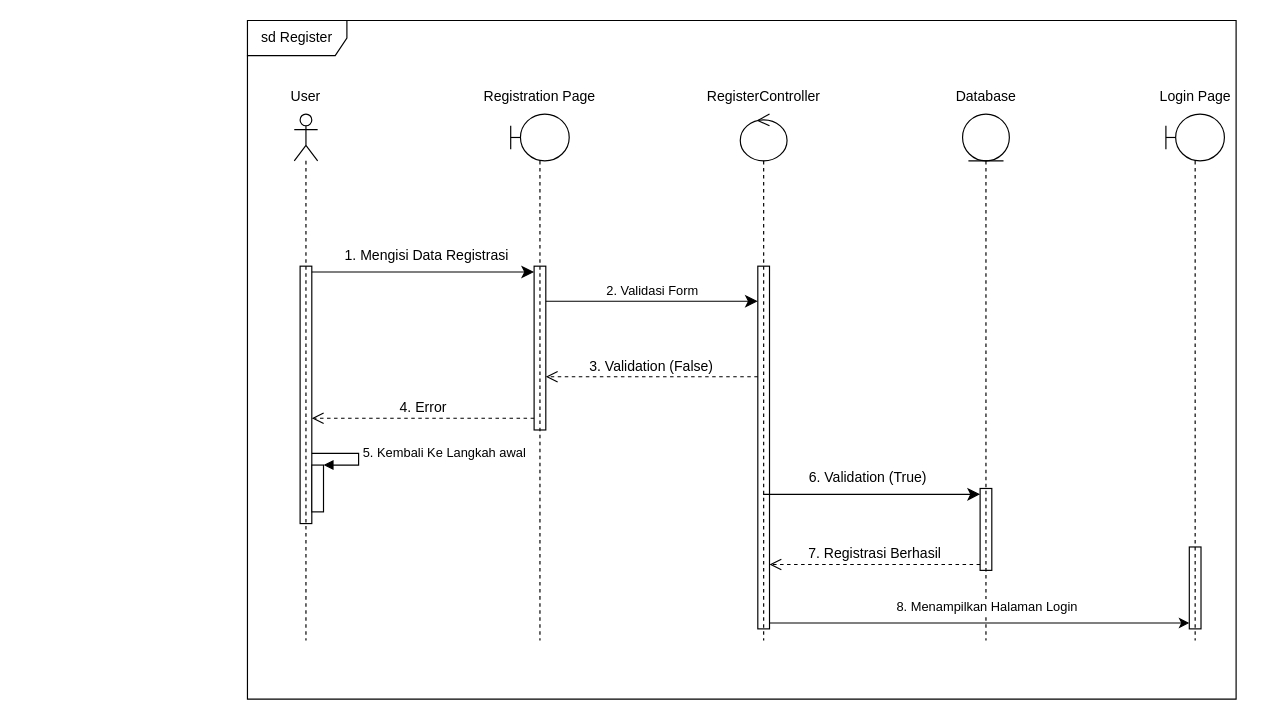
The draw.io diagram page "Page-1" (1 of 4) of sed.drawio in AldoGunawan/kp-tapung, before the edit. Source tidied: cells renumbered, new cells numbered last; positions are measured from the earlier drawing's top-left corner, leaving out a move shared by most shapes. Both pictures are drawn from the tidied source at 117%, with x=0, y=0 at pixel (247, 20).
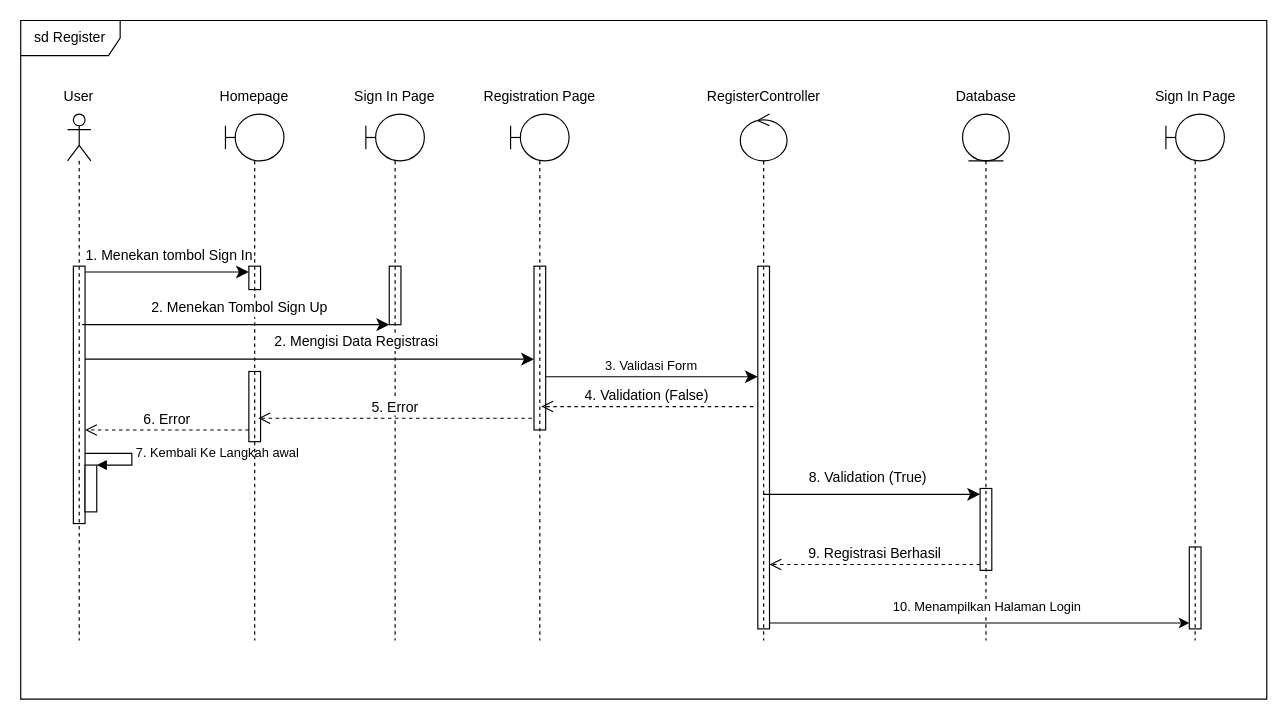
The same page after the edit.

Unchanged cells that the change refers to:
```xml
<mxCell id="8" style="html=1;points=[[0,0,0,0,5],[0,1,0,0,-5],[1,0,0,0,5],[1,1,0,0,-5]];perimeter=orthogonalPerimeter;outlineConnect=0;targetShapes=umlLifeline;portConstraint=eastwest;newEdgeStyle={&quot;curved&quot;:0,&quot;rounded&quot;:0};fillColor=none;" parent="7" vertex="1">
  <mxGeometry x="20" y="130" width="10" height="140" as="geometry" />
</mxCell>
<mxCell id="14" style="edgeStyle=none;curved=0;rounded=0;jettySize=auto;html=1;fontSize=12;startSize=8;endSize=8;entryX=0;entryY=0;entryDx=0;entryDy=5;entryPerimeter=0;fontColor=light-dark(#000000,#000000);labelBackgroundColor=light-dark(#FFFFFF,#FFFFFF);strokeColor=light-dark(#000000,#000000);" parent="1" edge="1" source="20" target="23">
  <mxGeometry relative="1" as="geometry" />
</mxCell>
<mxCell id="21" style="html=1;points=[[0,0,0,0,5],[0,1,0,0,-5],[1,0,0,0,5],[1,1,0,0,-5]];perimeter=orthogonalPerimeter;outlineConnect=0;targetShapes=umlLifeline;portConstraint=eastwest;newEdgeStyle={&quot;curved&quot;:0,&quot;rounded&quot;:0};strokeColor=light-dark(#000000,#000000);fillColor=none;" parent="20" vertex="1">
  <mxGeometry x="15" y="130" width="10" height="310" as="geometry" />
</mxCell>
<mxCell id="23" style="html=1;points=[[0,0,0,0,5],[0,1,0,0,-5],[1,0,0,0,5],[1,1,0,0,-5]];perimeter=orthogonalPerimeter;outlineConnect=0;targetShapes=umlLifeline;portConstraint=eastwest;newEdgeStyle={&quot;curved&quot;:0,&quot;rounded&quot;:0};strokeColor=light-dark(#000000,#000000);fillColor=none;" parent="22" vertex="1">
  <mxGeometry x="15" y="320" width="10" height="70" as="geometry" />
</mxCell>
<mxCell id="28" style="edgeStyle=orthogonalEdgeStyle;rounded=0;jettySize=auto;html=1;curved=0;exitX=1;exitY=1;exitDx=0;exitDy=-5;exitPerimeter=0;entryX=0;entryY=1;entryDx=0;entryDy=-5;entryPerimeter=0;strokeColor=light-dark(#000000,#000000);" parent="1" edge="1" source="21" target="26">
  <mxGeometry relative="1" as="geometry" />
</mxCell>
```

What changed in the source:
```diff
@@
+    <mxCell id="31" style="shape=umlLifeline;perimeter=lifelinePerimeter;whiteSpace=wrap;html=1;newEdgeStyle={&quot;curved&quot;:0,&quot;rounded&quot;:0};participant=umlBoundary;strokeColor=light-dark(#000000,#000000);fillColor=none;" parent="1" vertex="1">
+      <mxGeometry x="101.2" y="80" width="50" height="450" as="geometry" />
+    </mxCell>
+    <mxCell id="32" style="html=1;points=[[0,0,0,0,5],[0,1,0,0,-5],[1,0,0,0,5],[1,1,0,0,-5]];perimeter=orthogonalPerimeter;outlineConnect=0;targetShapes=umlLifeline;portConstraint=eastwest;newEdgeStyle={&quot;curved&quot;:0,&quot;rounded&quot;:0};fillColor=none;" parent="31" vertex="1">
+      <mxGeometry x="20" y="130" width="10" height="50" as="geometry" />
+    </mxCell>
     <mxCell id="2" style="shape=umlLifeline;perimeter=lifelinePerimeter;whiteSpace=wrap;html=1;newEdgeStyle={&quot;curved&quot;:0,&quot;rounded&quot;:0};participant=umlActor;strokeColor=light-dark(#000000,#000000);fillColor=none;" parent="1" vertex="1">
-      <mxGeometry x="40" y="80" width="20" height="450" as="geometry" />
+      <mxGeometry x="-153.8" y="80" width="20" height="450" as="geometry" />
     </mxCell>
     <mxCell id="3" value="sd Register" style="shape=umlFrame;whiteSpace=wrap;html=1;width=85;height=30;strokeColor=light-dark(#000000,#000000);fontColor=light-dark(#000000,#FFFFFF);" parent="1" vertex="1">
-      <mxGeometry width="845" height="580" as="geometry" />
+      <mxGeometry x="-193.8" width="1065" height="580" as="geometry" />
     </mxCell>
-    <mxCell id="4" style="edgeStyle=none;curved=0;rounded=0;jettySize=auto;html=1;exitX=1;exitY=0;exitDx=0;exitDy=5;exitPerimeter=0;fontSize=12;startSize=8;endSize=8;fontColor=light-dark(#000000,#000000);strokeColor=light-dark(#000000,#000000);" parent="1" edge="1" source="6" target="8">
-      <mxGeometry relative="1" as="geometry" />
+    <mxCell id="4" style="edgeStyle=none;curved=0;rounded=0;orthogonalLoop=1;jettySize=auto;html=1;fontSize=12;startSize=8;endSize=8;fontColor=light-dark(#000000,#000000);strokeColor=light-dark(#000000,#000000);" parent="1" edge="1">
+      <mxGeometry relative="1" as="geometry">
+        <mxPoint x="-138.8" y="289.5" as="sourcePoint" />
+        <mxPoint x="244.9" y="289.5" as="targetPoint" />
+      </mxGeometry>
     </mxCell>
-    <mxCell id="5" value="1. Mengisi Data Registrasi" style="edgeLabel;html=1;align=center;verticalAlign=middle;fontSize=12;fontColor=light-dark(#000000,#000000);labelBackgroundColor=light-dark(#FFFFFF,#FFFFFF);" parent="4" vertex="1">
+    <mxCell id="5" value="2. Mengisi Data Registrasi" style="edgeLabel;html=1;align=center;verticalAlign=middle;fontSize=12;fontColor=light-dark(#000000,#000000);labelBackgroundColor=light-dark(#FFFFFF,#FFFFFF);" parent="4" vertex="1">
       <mxGeometry x="0.02" y="-2" relative="1" as="geometry">
-        <mxPoint y="-17" as="offset" />
+        <mxPoint x="35" y="-17" as="offset" />
       </mxGeometry>
     </mxCell>
     <mxCell id="6" style="html=1;points=[[0,0,0,0,5],[0,1,0,0,-5],[1,0,0,0,5],[1,1,0,0,-5]];perimeter=orthogonalPerimeter;outlineConnect=0;targetShapes=umlLifeline;portConstraint=eastwest;newEdgeStyle={&quot;curved&quot;:0,&quot;rounded&quot;:0};strokeColor=light-dark(#000000,#000000);fillColor=none;" parent="1" vertex="1">
-      <mxGeometry x="45" y="210" width="10" height="220" as="geometry" />
+      <mxGeometry x="-148.8" y="210" width="10" height="220" as="geometry" />
     </mxCell>
     <mxCell id="7" style="shape=umlLifeline;perimeter=lifelinePerimeter;whiteSpace=wrap;html=1;newEdgeStyle={&quot;curved&quot;:0,&quot;rounded&quot;:0};participant=umlBoundary;strokeColor=light-dark(#000000,#000000);fillColor=none;" parent="1" vertex="1">
-      <mxGeometry x="225" y="80" width="50" height="450" as="geometry" />
+      <mxGeometry x="224.9" y="80" width="50" height="450" as="geometry" />
     </mxCell>
@@
     <mxCell id="10" value="RegisterController" style="text;html=1;align=center;verticalAlign=middle;whiteSpace=wrap;rounded=0;fontColor=light-dark(#000000,#000000);" parent="1" vertex="1">
-      <mxGeometry x="395" y="50" width="92.5" height="30" as="geometry" />
+      <mxGeometry x="394.9" y="50" width="92.5" height="30" as="geometry" />
     </mxCell>
-    <mxCell id="11" style="edgeStyle=none;curved=0;rounded=0;jettySize=auto;html=1;fontSize=12;startSize=8;endSize=8;strokeColor=light-dark(#000000,#000000);fontColor=light-dark(#000000,#000000);labelBackgroundColor=light-dark(#FFFFFF,#FFFFFF);" parent="1" edge="1" target="21">
+    <mxCell id="11" style="edgeStyle=none;curved=0;rounded=0;orthogonalLoop=1;jettySize=auto;html=1;fontSize=12;startSize=8;endSize=8;strokeColor=light-dark(#000000,#000000);fontColor=light-dark(#000000,#000000);labelBackgroundColor=light-dark(#FFFFFF,#FFFFFF);" parent="1" edge="1">
       <mxGeometry relative="1" as="geometry">
-        <mxPoint x="255" y="240" as="sourcePoint" />
+        <mxPoint x="254.9" y="304.5" as="sourcePoint" />
+        <mxPoint x="436.2" y="304.5" as="targetPoint" />
       </mxGeometry>
     </mxCell>
-    <mxCell id="12" value="2. Validasi Form" style="edgeLabel;html=1;align=center;verticalAlign=middle;fontColor=light-dark(#000000,#000000);labelBackgroundColor=light-dark(#FFFFFF,#FFFFFF);" parent="11" vertex="1">
+    <mxCell id="12" value="3. Validasi Form" style="edgeLabel;html=1;align=center;verticalAlign=middle;fontColor=light-dark(#000000,#000000);labelBackgroundColor=light-dark(#FFFFFF,#FFFFFF);" parent="11" vertex="1">
       <mxGeometry x="-0.08" y="1" relative="1" as="geometry">
         <mxPoint x="7" y="-9" as="offset" />
       </mxGeometry>
     </mxCell>
-    <mxCell id="13" value="3. Validation (False)" style="html=1;verticalAlign=bottom;endArrow=open;dashed=1;endSize=8;curved=0;rounded=0;fontSize=12;fontColor=light-dark(#000000,#000000);labelBackgroundColor=light-dark(#FFFFFF,#FFFFFF);strokeColor=light-dark(#000000,#000000);" parent="1" edge="1">
+    <mxCell id="13" value="4. Validation (False)" style="html=1;verticalAlign=bottom;endArrow=open;dashed=1;endSize=8;curved=0;rounded=0;fontSize=12;fontColor=light-dark(#000000,#000000);labelBackgroundColor=light-dark(#FFFFFF,#FFFFFF);strokeColor=light-dark(#000000,#000000);" parent="1" edge="1">
       <mxGeometry relative="1" as="geometry">
-        <mxPoint x="436.2" y="304.5" as="sourcePoint" />
-        <mxPoint x="255" y="304.5" as="targetPoint" />
+        <mxPoint x="432.4" y="330" as="sourcePoint" />
+        <mxPoint x="251.2" y="330" as="targetPoint" />
       </mxGeometry>
     </mxCell>
@@
-    <mxCell id="15" value="6. Validation (True)" style="edgeLabel;html=1;align=center;verticalAlign=middle;fontSize=12;labelBackgroundColor=light-dark(#FFFFFF,#FFFFFF);fontColor=light-dark(#000000,#000000);" parent="14" vertex="1">
+    <mxCell id="15" value="8. Validation (True)" style="edgeLabel;html=1;align=center;verticalAlign=middle;fontSize=12;labelBackgroundColor=light-dark(#FFFFFF,#FFFFFF);fontColor=light-dark(#000000,#000000);" parent="14" vertex="1">
       <mxGeometry x="-0.1" y="-1" relative="1" as="geometry">
         <mxPoint x="6" y="-16" as="offset" />
       </mxGeometry>
     </mxCell>
-    <mxCell id="16" value="7. Registrasi Berhasil" style="html=1;verticalAlign=bottom;endArrow=open;dashed=1;endSize=8;curved=0;rounded=0;fontSize=12;exitX=0;exitY=1;exitDx=0;exitDy=-5;exitPerimeter=0;strokeColor=light-dark(#000000,#000000);fontColor=light-dark(#000000,#000000);labelBackgroundColor=light-dark(#FFFFFF,#FFFFFF);" parent="1" edge="1" source="23" target="21">
+    <mxCell id="16" value="9. Registrasi Berhasil" style="html=1;verticalAlign=bottom;endArrow=open;dashed=1;endSize=8;curved=0;rounded=0;fontSize=12;exitX=0;exitY=1;exitDx=0;exitDy=-5;exitPerimeter=0;strokeColor=light-dark(#000000,#000000);fontColor=light-dark(#000000,#000000);labelBackgroundColor=light-dark(#FFFFFF,#FFFFFF);" parent="1" edge="1" source="23" target="21">
       <mxGeometry relative="1" as="geometry" />
     </mxCell>
-    <mxCell id="17" value="4. Error" style="html=1;verticalAlign=bottom;endArrow=open;dashed=1;endSize=8;curved=0;rounded=0;fontSize=12;strokeColor=light-dark(#000000,#000000);fontColor=light-dark(#000000,#000000);labelBackgroundColor=light-dark(#FFFFFF,#FFFFFF);" parent="1" edge="1">
+    <mxCell id="17" value="6. Error" style="html=1;verticalAlign=bottom;endArrow=open;dashed=1;endSize=8;curved=0;rounded=0;fontSize=12;strokeColor=light-dark(#000000,#000000);fontColor=light-dark(#000000,#000000);labelBackgroundColor=light-dark(#FFFFFF,#FFFFFF);" parent="1" edge="1">
       <mxGeometry relative="1" as="geometry">
-        <mxPoint x="245" y="340" as="sourcePoint" />
-        <mxPoint x="55" y="340" as="targetPoint" />
+        <mxPoint x="1.2" y="350" as="sourcePoint" />
+        <mxPoint x="-138.8" y="350" as="targetPoint" />
       </mxGeometry>
     </mxCell>
     <mxCell id="18" style="html=1;perimeter=orthogonalPerimeter;targetShapes=umlLifeline;newEdgeStyle={&quot;curved&quot;:0,&quot;rounded&quot;:0};strokeColor=light-dark(#000000,#000000);" parent="1" vertex="1">
-      <mxGeometry x="55" y="380" width="10" height="40" as="geometry" />
+      <mxGeometry x="-138.8" y="380" width="10" height="40" as="geometry" />
     </mxCell>
-    <mxCell id="19" value="5. Kembali Ke Langkah awal" style="html=1;align=left;spacingLeft=2;endArrow=block;rounded=0;edgeStyle=orthogonalEdgeStyle;curved=0;rounded=0;fontColor=light-dark(#000000,#000000);labelBackgroundColor=light-dark(#FFFFFF,#FFFFFF);strokeColor=light-dark(#000000,#000000);" parent="1" edge="1">
+    <mxCell id="19" value="7. Kembali Ke Langkah awal" style="html=1;align=left;spacingLeft=2;endArrow=block;rounded=0;edgeStyle=orthogonalEdgeStyle;curved=0;rounded=0;fontColor=light-dark(#000000,#000000);labelBackgroundColor=light-dark(#FFFFFF,#FFFFFF);strokeColor=light-dark(#000000,#000000);" parent="1" edge="1">
       <mxGeometry relative="1" as="geometry">
-        <mxPoint x="55" y="370" as="sourcePoint" />
-        <mxPoint x="65" y="380" as="targetPoint" />
+        <mxPoint x="-138.8" y="370" as="sourcePoint" />
+        <mxPoint x="-128.8" y="380" as="targetPoint" />
         <Array as="points">
-          <mxPoint x="95" y="370" />
-          <mxPoint x="95" y="380" />
+          <mxPoint x="-98.8" y="370" />
+          <mxPoint x="-98.8" y="380" />
         </Array>
       </mxGeometry>
     </mxCell>
@@
-    <mxCell id="27" value="Login Page" style="text;html=1;align=center;verticalAlign=middle;whiteSpace=wrap;rounded=0;fontColor=light-dark(#000000,#000000);" parent="1" vertex="1">
-      <mxGeometry x="763.8" y="50" width="92.5" height="30" as="geometry" />
+    <mxCell id="27" value="Sign In Page" style="text;html=1;align=center;verticalAlign=middle;whiteSpace=wrap;rounded=0;fontColor=light-dark(#000000,#000000);" parent="1" vertex="1">
+      <mxGeometry x="763.7" y="50" width="92.5" height="30" as="geometry" />
     </mxCell>
@@
-    <mxCell id="29" value="8. Menampilkan Halaman Login" style="edgeLabel;html=1;align=center;verticalAlign=middle;labelBackgroundColor=light-dark(#FFFFFF,#FFFFFF);fontColor=light-dark(#000000,#000000);" parent="28" vertex="1">
+    <mxCell id="29" value="10. Menampilkan Halaman Login" style="edgeLabel;html=1;align=center;verticalAlign=middle;labelBackgroundColor=light-dark(#FFFFFF,#FFFFFF);fontColor=light-dark(#000000,#000000);" parent="28" vertex="1">
       <mxGeometry x="0.01" y="1" relative="1" as="geometry">
         <mxPoint x="4" y="-14" as="offset" />
       </mxGeometry>
     </mxCell>
     <mxCell id="30" value="User" style="text;html=1;align=center;verticalAlign=middle;whiteSpace=wrap;rounded=0;fontColor=light-dark(#000000,#000000);" parent="1" vertex="1">
-      <mxGeometry x="1.2" y="50" width="97.5" height="30" as="geometry" />
+      <mxGeometry x="-192.6" y="50" width="97.5" height="30" as="geometry" />
     </mxCell>
+    <mxCell id="33" style="shape=umlLifeline;perimeter=lifelinePerimeter;whiteSpace=wrap;html=1;newEdgeStyle={&quot;curved&quot;:0,&quot;rounded&quot;:0};participant=umlBoundary;strokeColor=light-dark(#000000,#000000);fillColor=none;" parent="1" vertex="1">
+      <mxGeometry x="-18.8" y="80" width="50" height="450" as="geometry" />
+    </mxCell>
+    <mxCell id="34" style="html=1;perimeter=orthogonalPerimeter;targetShapes=umlLifeline;newEdgeStyle={&quot;curved&quot;:0,&quot;rounded&quot;:0};fillColor=none;" parent="33" vertex="1">
+      <mxGeometry x="20" y="220" width="10" height="60" as="geometry" />
+    </mxCell>
+    <mxCell id="35" style="html=1;points=[[0,0,0,0,5],[0,1,0,0,-5],[1,0,0,0,5],[1,1,0,0,-5]];perimeter=orthogonalPerimeter;outlineConnect=0;targetShapes=umlLifeline;portConstraint=eastwest;newEdgeStyle={&quot;curved&quot;:0,&quot;rounded&quot;:0};fillColor=none;" parent="33" vertex="1">
+      <mxGeometry x="20" y="130" width="10" height="20" as="geometry" />
+    </mxCell>
+    <mxCell id="36" value="5. Error" style="html=1;verticalAlign=bottom;endArrow=open;dashed=1;endSize=8;curved=0;rounded=0;fontSize=12;strokeColor=light-dark(#000000,#000000);fontColor=light-dark(#000000,#000000);labelBackgroundColor=light-dark(#FFFFFF,#FFFFFF);" parent="1" edge="1">
+      <mxGeometry relative="1" as="geometry">
+        <mxPoint x="243.1" y="340" as="sourcePoint" />
+        <mxPoint x="9.3" y="340" as="targetPoint" />
+      </mxGeometry>
+    </mxCell>
+    <mxCell id="37" style="edgeStyle=none;curved=0;rounded=0;jettySize=auto;html=1;fontSize=12;startSize=8;endSize=8;fontColor=light-dark(#000000,#000000);strokeColor=light-dark(#000000,#000000);exitX=1;exitY=0;exitDx=0;exitDy=5;exitPerimeter=0;entryX=0;entryY=0;entryDx=0;entryDy=5;entryPerimeter=0;" parent="1" edge="1" source="6" target="35">
+      <mxGeometry relative="1" as="geometry" />
+    </mxCell>
+    <mxCell id="38" value="1. Menekan tombol Sign In" style="edgeLabel;html=1;align=center;verticalAlign=middle;fontSize=12;fontColor=light-dark(#000000,#000000);labelBackgroundColor=light-dark(#FFFFFF,#FFFFFF);" parent="37" vertex="1">
+      <mxGeometry x="0.02" y="-2" relative="1" as="geometry">
+        <mxPoint y="-17" as="offset" />
+      </mxGeometry>
+    </mxCell>
+    <mxCell id="39" value="Homepage" style="text;html=1;align=center;verticalAlign=middle;whiteSpace=wrap;rounded=0;fontColor=light-dark(#000000,#000000);" parent="1" vertex="1">
+      <mxGeometry x="-42.6" y="50" width="97.5" height="30" as="geometry" />
+    </mxCell>
+    <mxCell id="40" value="Sign In Page" style="text;html=1;align=center;verticalAlign=middle;whiteSpace=wrap;rounded=0;fontColor=light-dark(#000000,#000000);" parent="1" vertex="1">
+      <mxGeometry x="77.4" y="50" width="97.5" height="30" as="geometry" />
+    </mxCell>
+    <mxCell id="41" style="edgeStyle=none;curved=0;rounded=0;jettySize=auto;html=1;fontSize=12;startSize=8;endSize=8;fontColor=light-dark(#000000,#000000);strokeColor=light-dark(#000000,#000000);" parent="1" edge="1" target="32">
+      <mxGeometry relative="1" as="geometry">
+        <mxPoint x="-141.3" y="260" as="sourcePoint" />
+      </mxGeometry>
+    </mxCell>
+    <mxCell id="42" value="2. Menekan Tombol Sign Up" style="edgeLabel;html=1;align=center;verticalAlign=middle;fontSize=12;fontColor=light-dark(#000000,#000000);labelBackgroundColor=light-dark(#FFFFFF,#FFFFFF);" parent="41" vertex="1">
+      <mxGeometry x="0.02" y="-2" relative="1" as="geometry">
+        <mxPoint y="-17" as="offset" />
+      </mxGeometry>
+    </mxCell>
```
